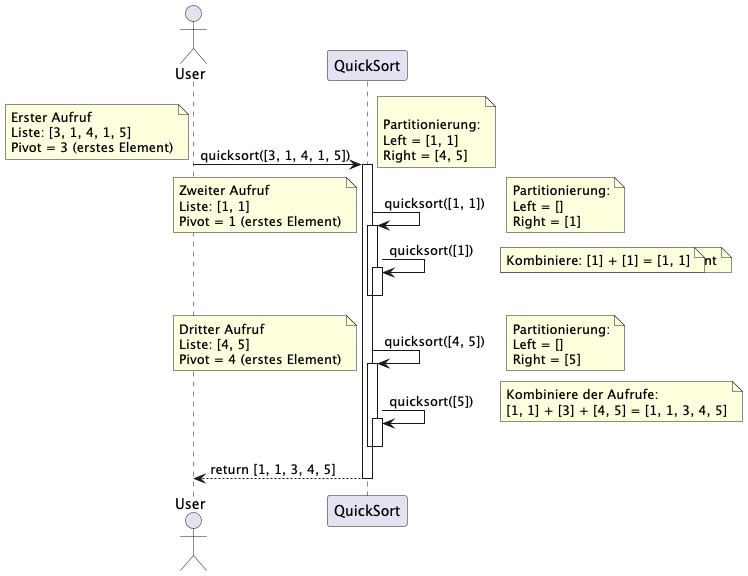
The PlantUML diagram diagrams/quickSort-seq.png in berndheidemann/fa22b_lernsituation_sorting, before a commit.
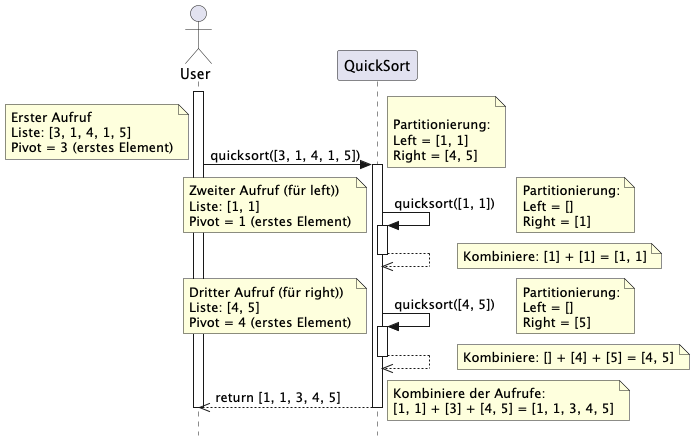
The same file after the commit.

Change to the diagram source:
```diff
@@ -1,37 +1,32 @@
 @startuml
+
+skinparam style strictuml
+
 actor User
 participant "QuickSort" as QS
-
+activate User
 User -> QS: quicksort([3, 1, 4, 1, 5])
 activate QS
 note top: Erster Aufruf\nListe: [3, 1, 4, 1, 5]\nPivot = 3 (erstes Element)
 note right:\nPartitionierung:\nLeft = [1, 1]\nRight = [4, 5]
 
-QS -> QS: quicksort([1, 1])
-activate QS
-note left: Zweiter Aufruf\nListe: [1, 1]\nPivot = 1 (erstes Element)
+QS -> QS++: quicksort([1, 1])
+note left: Zweiter Aufruf (für left))\nListe: [1, 1]\nPivot = 1 (erstes Element)
 note right: Partitionierung:\nLeft = []\nRight = [1]
-
-QS -> QS: quicksort([1])
-activate QS
-deactivate QS
-note right: Basisfall: Liste mit einem Element
+QS-->>QS
 deactivate QS
 note right: Kombiniere: [1] + [1] = [1, 1]
 
-QS -> QS: quicksort([4, 5])
-activate QS
-note left: Dritter Aufruf\nListe: [4, 5]\nPivot = 4 (erstes Element)
+QS -> QS++: quicksort([4, 5])
+note left: Dritter Aufruf (für right))\nListe: [4, 5]\nPivot = 4 (erstes Element)
 note right: Partitionierung:\nLeft = []\nRight = [5]
-
-QS -> QS: quicksort([5])
-activate QS
-deactivate QS
-note right: Basisfall: Liste mit einem Element
+QS-->>QS
 deactivate QS
 note right: Kombiniere: [] + [4] + [5] = [4, 5]
 
+QS -->> User: return [1, 1, 3, 4, 5]
 note right: Kombiniere der Aufrufe:\n[1, 1] + [3] + [4, 5] = [1, 1, 3, 4, 5]
-QS --> User: return [1, 1, 3, 4, 5]
+
 deactivate QS
+deactivate User
 @enduml
```
